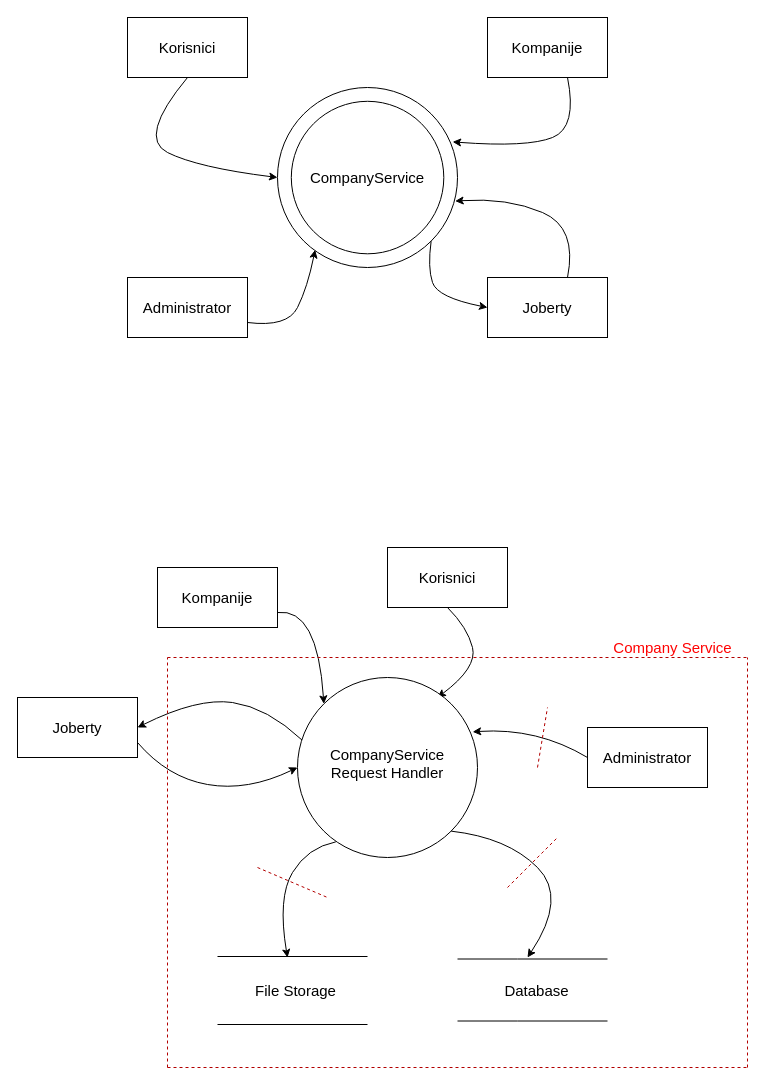
Before: Modeli pretnji/ContextDiagram.drawio in XWS-BSEP-Tim-13/DISLINKT_Documentation, a draw.io diagram. Source tidied: cells renumbered, new cells numbered last; positions are measured from the earlier drawing's top-left corner, leaving out a move shared by most shapes. Both pictures are drawn from the tidied source at 100%, with x=0, y=0 at pixel (17, 17).
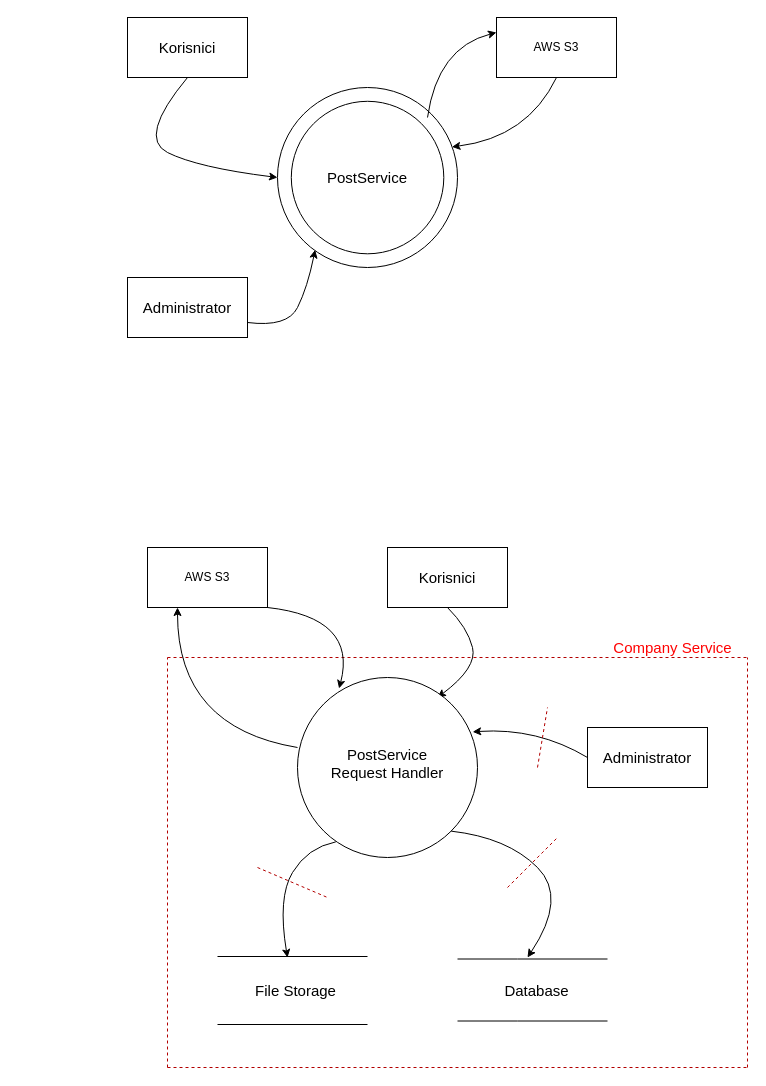
Above is the later version.

Unchanged cells that the change refers to:
```xml
<mxCell id="6" style="group;" parent="1" vertex="1">
  <mxGeometry x="260" y="70" width="180" height="180" as="geometry" />
</mxCell>
<mxCell id="7" style="ellipse;whiteSpace=wrap;html=1;" parent="6" vertex="1">
  <mxGeometry width="180" height="180" as="geometry" />
</mxCell>
<mxCell id="24" style="ellipse;whiteSpace=wrap;html=1;" parent="1" vertex="1">
  <mxGeometry x="280" y="660" width="180" height="180" as="geometry" />
</mxCell>
```

Diff of the diagram source:
```diff
@@
-    <mxCell id="3" value="Kompanije" style="rounded=0;whiteSpace=wrap;html=1;fontSize=15;" parent="1" vertex="1">
-      <mxGeometry x="470" width="120" height="60" as="geometry" />
-    </mxCell>
@@
-    <mxCell id="5" value="Joberty" style="rounded=0;whiteSpace=wrap;html=1;fontSize=15;" parent="1" vertex="1">
-      <mxGeometry x="470" y="260" width="120" height="60" as="geometry" />
-    </mxCell>
@@
-    <mxCell id="9" value="&lt;font style=&quot;font-size: 15px;&quot;&gt;CompanyService&lt;/font&gt;" style="text;html=1;strokeColor=none;fillColor=none;align=center;verticalAlign=middle;whiteSpace=wrap;rounded=0;" parent="6" vertex="1">
+    <mxCell id="9" value="&lt;font style=&quot;font-size: 15px;&quot;&gt;PostService&lt;/font&gt;" style="text;html=1;strokeColor=none;fillColor=none;align=center;verticalAlign=middle;whiteSpace=wrap;rounded=0;" parent="6" vertex="1">
       <mxGeometry x="60" y="75" width="60" height="30" as="geometry" />
     </mxCell>
@@
-    <mxCell id="11" style="curved=1;endArrow=classic;html=1;rounded=0;fontSize=15;entryX=0.973;entryY=0.302;entryDx=0;entryDy=0;entryPerimeter=0;" parent="1" edge="1" target="7">
-      <mxGeometry relative="1" as="geometry">
-        <mxPoint x="550" y="60" as="sourcePoint" />
-        <Array as="points">
-          <mxPoint x="560" y="110" />
-          <mxPoint x="510" y="130" />
-        </Array>
-      </mxGeometry>
-    </mxCell>
-    <mxCell id="12" style="curved=1;endArrow=classic;html=1;rounded=0;fontSize=15;entryX=0.987;entryY=0.631;entryDx=0;entryDy=0;entryPerimeter=0;" parent="1" edge="1" target="7">
-      <mxGeometry relative="1" as="geometry">
-        <mxPoint x="550" y="260" as="sourcePoint" />
-        <Array as="points">
-          <mxPoint x="560" y="210" />
-          <mxPoint x="490" y="180" />
-        </Array>
-      </mxGeometry>
-    </mxCell>
-    <mxCell id="13" style="curved=1;endArrow=classic;html=1;rounded=0;fontSize=15;exitX=1;exitY=1;exitDx=0;exitDy=0;entryX=0;entryY=0.5;entryDx=0;entryDy=0;" parent="1" edge="1" source="7" target="5">
-      <mxGeometry relative="1" as="geometry">
-        <Array as="points">
-          <mxPoint x="410" y="250" />
-          <mxPoint x="420" y="280" />
-        </Array>
-      </mxGeometry>
-    </mxCell>
@@
-    <mxCell id="17" value="Kompanije" style="rounded=0;whiteSpace=wrap;html=1;fontSize=15;" parent="1" vertex="1">
-      <mxGeometry x="140" y="550" width="120" height="60" as="geometry" />
-    </mxCell>
-    <mxCell id="18" value="Joberty" style="rounded=0;whiteSpace=wrap;html=1;fontSize=15;" parent="1" vertex="1">
-      <mxGeometry y="680" width="120" height="60" as="geometry" />
-    </mxCell>
@@
-    <mxCell id="21" style="curved=1;endArrow=classic;html=1;rounded=0;fontSize=15;entryX=0;entryY=0.5;entryDx=0;entryDy=0;exitX=1;exitY=0.75;exitDx=0;exitDy=0;" parent="1" edge="1" source="18" target="24">
-      <mxGeometry relative="1" as="geometry">
-        <Array as="points">
-          <mxPoint x="150" y="760" />
-          <mxPoint x="230" y="774" />
-        </Array>
-      </mxGeometry>
-    </mxCell>
-    <mxCell id="22" style="curved=1;endArrow=classic;html=1;rounded=0;fontSize=15;entryX=1;entryY=0.5;entryDx=0;entryDy=0;exitX=0.027;exitY=0.349;exitDx=0;exitDy=0;exitPerimeter=0;" parent="1" edge="1" source="24" target="18">
-      <mxGeometry relative="1" as="geometry">
-        <Array as="points">
-          <mxPoint x="250" y="690" />
-          <mxPoint x="180" y="680" />
-        </Array>
-      </mxGeometry>
-    </mxCell>
-    <mxCell id="23" style="curved=1;endArrow=classic;html=1;rounded=0;fontSize=15;exitX=1;exitY=0.75;exitDx=0;exitDy=0;entryX=0;entryY=0;entryDx=0;entryDy=0;" parent="1" edge="1" source="17" target="24">
-      <mxGeometry relative="1" as="geometry">
-        <Array as="points">
-          <mxPoint x="300" y="590" />
-        </Array>
-      </mxGeometry>
-    </mxCell>
@@
-    <mxCell id="25" value="&lt;font style=&quot;font-size: 15px;&quot;&gt;CompanyService Request Handler&lt;br&gt;&lt;br&gt;&lt;/font&gt;" style="text;html=1;strokeColor=none;fillColor=none;align=center;verticalAlign=middle;whiteSpace=wrap;rounded=0;" parent="1" vertex="1">
-      <mxGeometry x="340" y="740" width="60" height="30" as="geometry" />
+    <mxCell id="25" value="&lt;font style=&quot;font-size: 15px;&quot;&gt;PostService Request Handler&lt;br&gt;&lt;br&gt;&lt;/font&gt;" style="text;html=1;strokeColor=none;fillColor=none;align=center;verticalAlign=middle;whiteSpace=wrap;rounded=0;" parent="1" vertex="1">
+      <mxGeometry x="310" y="740" width="120" height="30" as="geometry" />
     </mxCell>
@@
+    <mxCell id="40" value="AWS S3" style="rounded=0;whiteSpace=wrap;html=1;" parent="1" vertex="1">
+      <mxGeometry x="479" width="120" height="60" as="geometry" />
+    </mxCell>
+    <mxCell id="41" style="endArrow=classic;html=1;entryX=0;entryY=0.25;entryDx=0;entryDy=0;curved=1;" parent="1" edge="1" target="40">
+      <mxGeometry relative="1" as="geometry">
+        <mxPoint x="410" y="100" as="sourcePoint" />
+        <Array as="points">
+          <mxPoint x="420" y="30" />
+        </Array>
+      </mxGeometry>
+    </mxCell>
+    <mxCell id="42" style="endArrow=classic;html=1;entryX=0.969;entryY=0.33;entryDx=0;entryDy=0;entryPerimeter=0;exitX=0.5;exitY=1;exitDx=0;exitDy=0;curved=1;" parent="1" edge="1" source="40" target="7">
+      <mxGeometry relative="1" as="geometry">
+        <Array as="points">
+          <mxPoint x="510" y="120" />
+        </Array>
+      </mxGeometry>
+    </mxCell>
+    <mxCell id="43" value="AWS S3" style="rounded=0;whiteSpace=wrap;html=1;" parent="1" vertex="1">
+      <mxGeometry x="130" y="530" width="120" height="60" as="geometry" />
+    </mxCell>
+    <mxCell id="44" style="endArrow=classic;html=1;curved=1;entryX=0.25;entryY=1;entryDx=0;entryDy=0;" parent="1" edge="1" target="43">
+      <mxGeometry relative="1" as="geometry">
+        <mxPoint x="280" y="730" as="sourcePoint" />
+        <Array as="points">
+          <mxPoint x="160" y="710" />
+        </Array>
+      </mxGeometry>
+    </mxCell>
+    <mxCell id="45" style="endArrow=classic;html=1;curved=1;entryX=0.231;entryY=0.061;entryDx=0;entryDy=0;entryPerimeter=0;exitX=1;exitY=1;exitDx=0;exitDy=0;" parent="1" edge="1" source="43" target="24">
+      <mxGeometry relative="1" as="geometry">
+        <Array as="points">
+          <mxPoint x="340" y="600" />
+        </Array>
+      </mxGeometry>
+    </mxCell>
```
